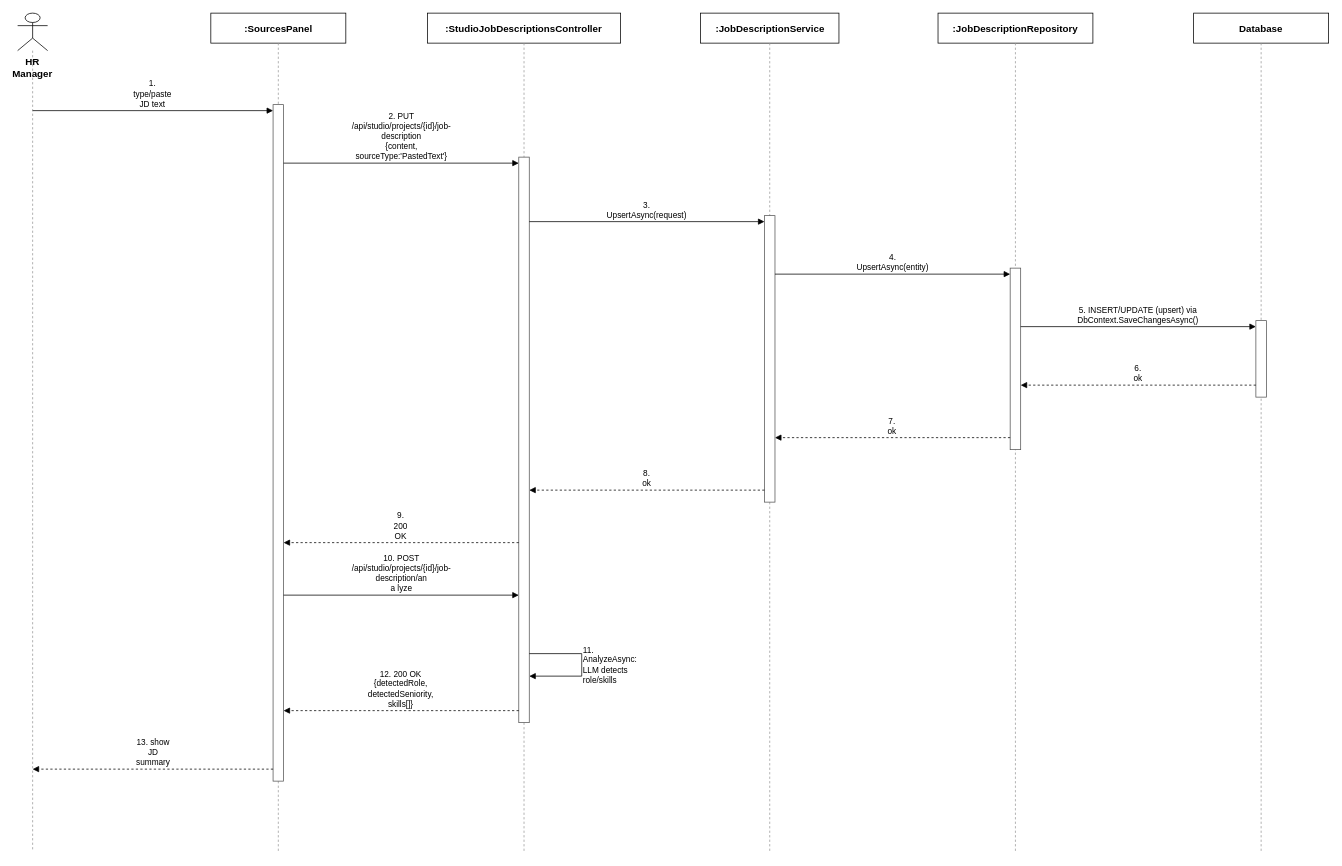
tulklk/AI_Interview_Question_Generation_RAG_LLM_FE keeps this draw.io diagram as docs/qa/Nam_SequenceDiagram/Report4_SequenceDiagram_JobDescriptionManagement_CreateJD_Text.drawio. Above is the earlier version. Source tidied: cells renumbered, new cells numbered last; positions are measured from the earlier drawing's top-left corner, leaving out a move shared by most shapes. Both pictures are drawn from the tidied source at 75%, with x=0, y=0 at pixel (17, 13).
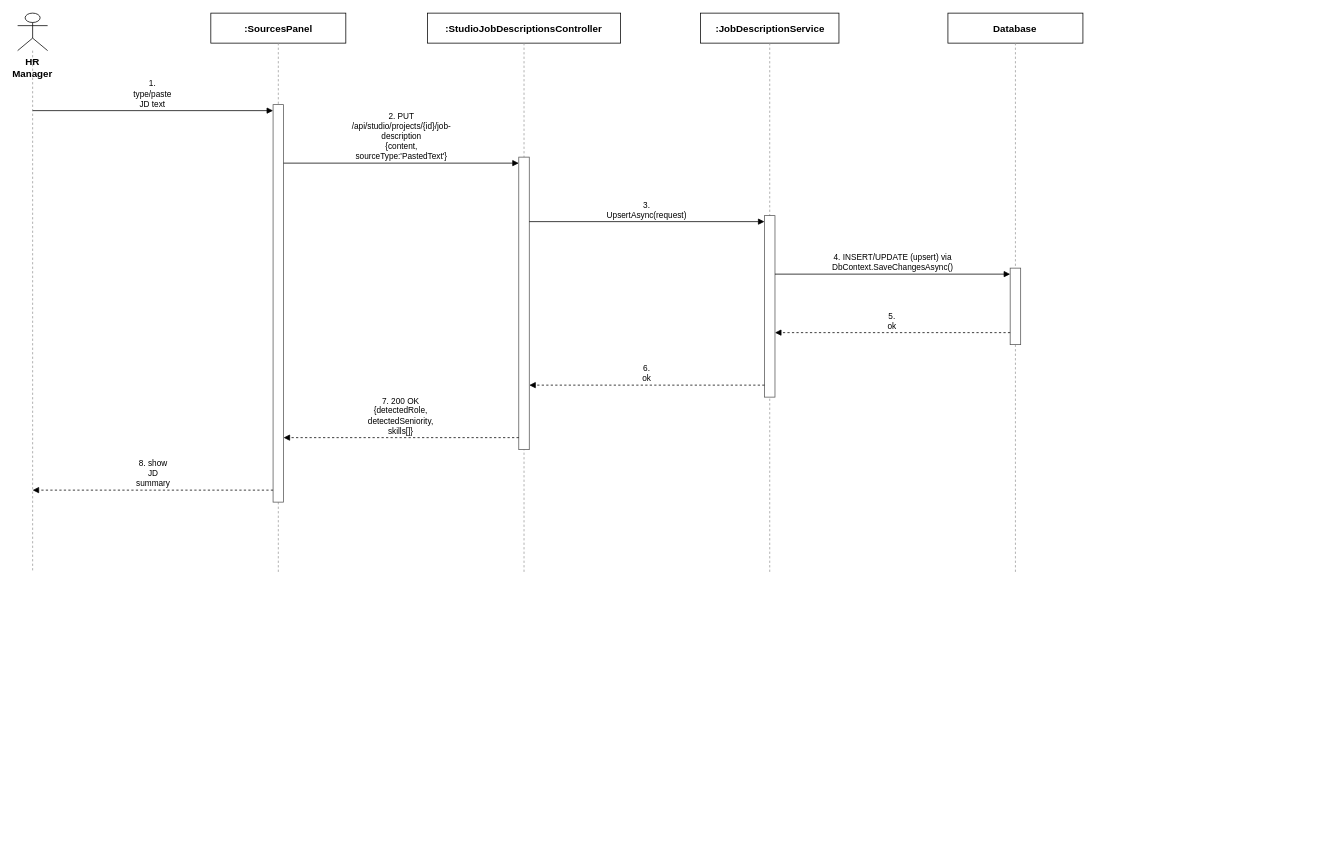
Above is the later version.

What changed in the source:
```diff
@@
     <mxCell id="3" style="endArrow=none;dashed=1;html=1;strokeColor=#999999;" parent="1" edge="1">
       <mxGeometry relative="1" as="geometry">
         <mxPoint x="20" y="50" as="sourcePoint" />
-        <mxPoint x="20" y="1118" as="targetPoint" />
+        <mxPoint x="20" y="746" as="targetPoint" />
       </mxGeometry>
     </mxCell>
@@
     <mxCell id="5" style="endArrow=none;dashed=1;html=1;strokeColor=#999999;" parent="1" edge="1">
       <mxGeometry relative="1" as="geometry">
         <mxPoint x="347.6" y="40" as="sourcePoint" />
-        <mxPoint x="347.6" y="1118" as="targetPoint" />
+        <mxPoint x="347.6" y="746" as="targetPoint" />
       </mxGeometry>
     </mxCell>
@@
     <mxCell id="7" style="endArrow=none;dashed=1;html=1;strokeColor=#999999;" parent="1" edge="1">
       <mxGeometry relative="1" as="geometry">
         <mxPoint x="675.2" y="40" as="sourcePoint" />
-        <mxPoint x="675.2" y="1118" as="targetPoint" />
+        <mxPoint x="675.2" y="746" as="targetPoint" />
       </mxGeometry>
     </mxCell>
@@
     <mxCell id="9" style="endArrow=none;dashed=1;html=1;strokeColor=#999999;" parent="1" edge="1">
       <mxGeometry relative="1" as="geometry">
         <mxPoint x="1002.8" y="40" as="sourcePoint" />
-        <mxPoint x="1002.8" y="1118" as="targetPoint" />
+        <mxPoint x="1002.8" y="746" as="targetPoint" />
       </mxGeometry>
     </mxCell>
-    <mxCell id="10" value=":JobDescriptionRepository" style="rounded=0;whiteSpace=wrap;html=1;fontSize=13;fillColor=#ffffff;strokeColor=#000000;fontStyle=1;" parent="1" vertex="1">
-      <mxGeometry x="1227.2" width="206.5" height="40" as="geometry" />
+    <mxCell id="10" value="Database" style="rounded=0;whiteSpace=wrap;html=1;fontSize=13;fillColor=#ffffff;strokeColor=#000000;fontStyle=1;" parent="1" vertex="1">
+      <mxGeometry x="1240.4" width="180" height="40" as="geometry" />
     </mxCell>
     <mxCell id="11" style="endArrow=none;dashed=1;html=1;strokeColor=#999999;" parent="1" edge="1">
       <mxGeometry relative="1" as="geometry">
         <mxPoint x="1330.4" y="40" as="sourcePoint" />
-        <mxPoint x="1330.4" y="1118" as="targetPoint" />
+        <mxPoint x="1330.4" y="746" as="targetPoint" />
       </mxGeometry>
     </mxCell>
-    <mxCell id="12" value="Database" style="rounded=0;whiteSpace=wrap;html=1;fontSize=13;fillColor=#ffffff;strokeColor=#000000;fontStyle=1;" parent="1" vertex="1">
-      <mxGeometry x="1568" width="180" height="40" as="geometry" />
+    <mxCell id="12" style="rounded=0;whiteSpace=wrap;html=1;fillColor=#ffffff;strokeColor=#555555;" parent="1" vertex="1">
+      <mxGeometry x="340.6" y="122" width="14" height="530" as="geometry" />
     </mxCell>
-    <mxCell id="13" style="endArrow=none;dashed=1;html=1;strokeColor=#999999;" parent="1" edge="1">
-      <mxGeometry relative="1" as="geometry">
-        <mxPoint x="1658" y="40" as="sourcePoint" />
-        <mxPoint x="1658" y="1118" as="targetPoint" />
-      </mxGeometry>
+    <mxCell id="13" style="rounded=0;whiteSpace=wrap;html=1;fillColor=#ffffff;strokeColor=#555555;" parent="1" vertex="1">
+      <mxGeometry x="668.2" y="192" width="14" height="390" as="geometry" />
     </mxCell>
     <mxCell id="14" style="rounded=0;whiteSpace=wrap;html=1;fillColor=#ffffff;strokeColor=#555555;" parent="1" vertex="1">
-      <mxGeometry x="340.6" y="122" width="14" height="902" as="geometry" />
+      <mxGeometry x="995.8" y="270" width="14" height="242" as="geometry" />
     </mxCell>
     <mxCell id="15" style="rounded=0;whiteSpace=wrap;html=1;fillColor=#ffffff;strokeColor=#555555;" parent="1" vertex="1">
-      <mxGeometry x="668.2" y="192" width="14" height="754" as="geometry" />
+      <mxGeometry x="1323.4" y="340" width="14" height="102" as="geometry" />
     </mxCell>
-    <mxCell id="16" style="rounded=0;whiteSpace=wrap;html=1;fillColor=#ffffff;strokeColor=#555555;" parent="1" vertex="1">
-      <mxGeometry x="995.8" y="270" width="14" height="382" as="geometry" />
+    <mxCell id="16" value="1. type/paste JD text" style="endArrow=block;endFill=1;html=1;whiteSpace=wrap;fontSize=11;align=center;verticalAlign=bottom;labelBackgroundColor=#ffffff;strokeColor=#000000;" parent="1" edge="1">
+      <mxGeometry relative="1" as="geometry">
+        <mxPoint x="20" y="130" as="sourcePoint" />
+        <mxPoint x="340.6" y="130" as="targetPoint" />
+      </mxGeometry>
     </mxCell>
-    <mxCell id="17" style="rounded=0;whiteSpace=wrap;html=1;fillColor=#ffffff;strokeColor=#555555;" parent="1" vertex="1">
-      <mxGeometry x="1323.4" y="340" width="14" height="242" as="geometry" />
+    <mxCell id="17" value="2. PUT /api/studio/projects/{id}/job-description&lt;br&gt;{content, sourceType:'PastedText'}" style="endArrow=block;endFill=1;html=1;whiteSpace=wrap;fontSize=11;align=center;verticalAlign=bottom;labelBackgroundColor=#ffffff;strokeColor=#000000;" parent="1" edge="1">
+      <mxGeometry relative="1" as="geometry">
+        <mxPoint x="354.6" y="200" as="sourcePoint" />
+        <mxPoint x="668.2" y="200" as="targetPoint" />
+      </mxGeometry>
     </mxCell>
-    <mxCell id="18" style="rounded=0;whiteSpace=wrap;html=1;fillColor=#ffffff;strokeColor=#555555;" parent="1" vertex="1">
-      <mxGeometry x="1651" y="410" width="14" height="102" as="geometry" />
+    <mxCell id="18" value="3. UpsertAsync(request)" style="endArrow=block;endFill=1;html=1;whiteSpace=wrap;fontSize=11;align=center;verticalAlign=bottom;labelBackgroundColor=#ffffff;strokeColor=#000000;" parent="1" edge="1">
+      <mxGeometry relative="1" as="geometry">
+        <mxPoint x="682.2" y="278" as="sourcePoint" />
+        <mxPoint x="995.8" y="278" as="targetPoint" />
+      </mxGeometry>
     </mxCell>
-    <mxCell id="19" value="1. type/paste JD text" style="endArrow=block;endFill=1;html=1;whiteSpace=wrap;fontSize=11;align=center;verticalAlign=bottom;labelBackgroundColor=#ffffff;strokeColor=#000000;" parent="1" edge="1">
+    <mxCell id="19" value="4. INSERT/UPDATE (upsert) via&lt;br&gt;DbContext.SaveChangesAsync()" style="endArrow=block;endFill=1;html=1;whiteSpace=wrap;fontSize=11;align=center;verticalAlign=bottom;labelBackgroundColor=#ffffff;strokeColor=#000000;" parent="1" edge="1">
       <mxGeometry relative="1" as="geometry">
-        <mxPoint x="20" y="130" as="sourcePoint" />
-        <mxPoint x="340.6" y="130" as="targetPoint" />
+        <mxPoint x="1009.8" y="348" as="sourcePoint" />
+        <mxPoint x="1323.4" y="348" as="targetPoint" />
       </mxGeometry>
     </mxCell>
-    <mxCell id="20" value="2. PUT /api/studio/projects/{id}/job-description&lt;br&gt;{content, sourceType:'PastedText'}" style="endArrow=block;endFill=1;html=1;whiteSpace=wrap;fontSize=11;align=center;verticalAlign=bottom;labelBackgroundColor=#ffffff;strokeColor=#000000;" parent="1" edge="1">
+    <mxCell id="20" value="5. ok" style="endArrow=block;endFill=1;html=1;whiteSpace=wrap;dashed=1;fontSize=11;align=center;verticalAlign=bottom;labelBackgroundColor=#ffffff;strokeColor=#000000;" parent="1" edge="1">
       <mxGeometry relative="1" as="geometry">
-        <mxPoint x="354.6" y="200" as="sourcePoint" />
-        <mxPoint x="668.2" y="200" as="targetPoint" />
+        <mxPoint x="1323.4" y="426" as="sourcePoint" />
+        <mxPoint x="1009.8" y="426" as="targetPoint" />
       </mxGeometry>
     </mxCell>
-    <mxCell id="21" value="3. UpsertAsync(request)" style="endArrow=block;endFill=1;html=1;whiteSpace=wrap;fontSize=11;align=center;verticalAlign=bottom;labelBackgroundColor=#ffffff;strokeColor=#000000;" parent="1" edge="1">
+    <mxCell id="21" value="6. ok" style="endArrow=block;endFill=1;html=1;whiteSpace=wrap;dashed=1;fontSize=11;align=center;verticalAlign=bottom;labelBackgroundColor=#ffffff;strokeColor=#000000;" parent="1" edge="1">
       <mxGeometry relative="1" as="geometry">
-        <mxPoint x="682.2" y="278" as="sourcePoint" />
-        <mxPoint x="995.8" y="278" as="targetPoint" />
+        <mxPoint x="995.8" y="496" as="sourcePoint" />
+        <mxPoint x="682.2" y="496" as="targetPoint" />
       </mxGeometry>
     </mxCell>
-    <mxCell id="22" value="4. UpsertAsync(entity)" style="endArrow=block;endFill=1;html=1;whiteSpace=wrap;fontSize=11;align=center;verticalAlign=bottom;labelBackgroundColor=#ffffff;strokeColor=#000000;" parent="1" edge="1">
+    <mxCell id="22" value="7. 200 OK {detectedRole, detectedSeniority, skills[]}" style="endArrow=block;endFill=1;html=1;whiteSpace=wrap;dashed=1;fontSize=11;align=center;verticalAlign=bottom;labelBackgroundColor=#ffffff;strokeColor=#000000;" parent="1" edge="1">
       <mxGeometry relative="1" as="geometry">
-        <mxPoint x="1009.8" y="348" as="sourcePoint" />
-        <mxPoint x="1323.4" y="348" as="targetPoint" />
+        <mxPoint x="668.2" y="566" as="sourcePoint" />
+        <mxPoint x="354.6" y="566" as="targetPoint" />
       </mxGeometry>
     </mxCell>
-    <mxCell id="23" value="5. INSERT/UPDATE (upsert) via&lt;br&gt;DbContext.SaveChangesAsync()" style="endArrow=block;endFill=1;html=1;whiteSpace=wrap;fontSize=11;align=center;verticalAlign=bottom;labelBackgroundColor=#ffffff;strokeColor=#000000;" parent="1" edge="1">
+    <mxCell id="23" value="8. show JD summary" style="endArrow=block;endFill=1;html=1;whiteSpace=wrap;dashed=1;fontSize=11;align=center;verticalAlign=bottom;labelBackgroundColor=#ffffff;strokeColor=#000000;" parent="1" edge="1">
       <mxGeometry relative="1" as="geometry">
-        <mxPoint x="1337.4" y="418" as="sourcePoint" />
-        <mxPoint x="1651" y="418" as="targetPoint" />
+        <mxPoint x="340.6" y="636" as="sourcePoint" />
+        <mxPoint x="20" y="636" as="targetPoint" />
       </mxGeometry>
     </mxCell>
-    <mxCell id="24" value="6. ok" style="endArrow=block;endFill=1;html=1;whiteSpace=wrap;dashed=1;fontSize=11;align=center;verticalAlign=bottom;labelBackgroundColor=#ffffff;strokeColor=#000000;" parent="1" edge="1">
-      <mxGeometry relative="1" as="geometry">
-        <mxPoint x="1651" y="496" as="sourcePoint" />
-        <mxPoint x="1337.4" y="496" as="targetPoint" />
-      </mxGeometry>
-    </mxCell>
-    <mxCell id="25" value="7. ok" style="endArrow=block;endFill=1;html=1;whiteSpace=wrap;dashed=1;fontSize=11;align=center;verticalAlign=bottom;labelBackgroundColor=#ffffff;strokeColor=#000000;" parent="1" edge="1">
-      <mxGeometry relative="1" as="geometry">
-        <mxPoint x="1323.4" y="566" as="sourcePoint" />
-        <mxPoint x="1009.8" y="566" as="targetPoint" />
-      </mxGeometry>
-    </mxCell>
-    <mxCell id="26" value="8. ok" style="endArrow=block;endFill=1;html=1;whiteSpace=wrap;dashed=1;fontSize=11;align=center;verticalAlign=bottom;labelBackgroundColor=#ffffff;strokeColor=#000000;" parent="1" edge="1">
-      <mxGeometry relative="1" as="geometry">
-        <mxPoint x="995.8" y="636" as="sourcePoint" />
-        <mxPoint x="682.2" y="636" as="targetPoint" />
-      </mxGeometry>
-    </mxCell>
-    <mxCell id="27" value="9. 200 OK" style="endArrow=block;endFill=1;html=1;whiteSpace=wrap;dashed=1;fontSize=11;align=center;verticalAlign=bottom;labelBackgroundColor=#ffffff;strokeColor=#000000;" parent="1" edge="1">
-      <mxGeometry relative="1" as="geometry">
-        <mxPoint x="668.2" y="706" as="sourcePoint" />
-        <mxPoint x="354.6" y="706" as="targetPoint" />
-      </mxGeometry>
-    </mxCell>
-    <mxCell id="28" value="10. POST /api/studio/projects/{id}/job-description/an&lt;br&gt;a lyze" style="endArrow=block;endFill=1;html=1;whiteSpace=wrap;fontSize=11;align=center;verticalAlign=bottom;labelBackgroundColor=#ffffff;strokeColor=#000000;" parent="1" edge="1">
-      <mxGeometry relative="1" as="geometry">
-        <mxPoint x="354.6" y="776" as="sourcePoint" />
-        <mxPoint x="668.2" y="776" as="targetPoint" />
-      </mxGeometry>
-    </mxCell>
-    <mxCell id="29" value="11. AnalyzeAsync: LLM detects role/skills" style="endArrow=block;endFill=1;html=1;whiteSpace=wrap;fontSize=11;align=left;verticalAlign=middle;labelBackgroundColor=#ffffff;rounded=0;strokeColor=#000000;" parent="1" edge="1">
-      <mxGeometry relative="1" as="geometry">
-        <mxPoint x="682.2" y="854" as="sourcePoint" />
-        <mxPoint x="682.2" y="884" as="targetPoint" />
-        <Array as="points">
-          <mxPoint x="752.2" y="854" />
-          <mxPoint x="752.2" y="884" />
-        </Array>
-      </mxGeometry>
-    </mxCell>
-    <mxCell id="30" value="12. 200 OK {detectedRole, detectedSeniority,&lt;br&gt;skills[]}" style="endArrow=block;endFill=1;html=1;whiteSpace=wrap;dashed=1;fontSize=11;align=center;verticalAlign=bottom;labelBackgroundColor=#ffffff;strokeColor=#000000;" parent="1" edge="1">
-      <mxGeometry relative="1" as="geometry">
-        <mxPoint x="668.2" y="930" as="sourcePoint" />
-        <mxPoint x="354.6" y="930" as="targetPoint" />
-      </mxGeometry>
-    </mxCell>
-    <mxCell id="31" value="13. show JD summary" style="endArrow=block;endFill=1;html=1;whiteSpace=wrap;dashed=1;fontSize=11;align=center;verticalAlign=bottom;labelBackgroundColor=#ffffff;strokeColor=#000000;" parent="1" edge="1">
-      <mxGeometry relative="1" as="geometry">
-        <mxPoint x="340.6" y="1008" as="sourcePoint" />
-        <mxPoint x="20" y="1008" as="targetPoint" />
-      </mxGeometry>
-    </mxCell>
```
